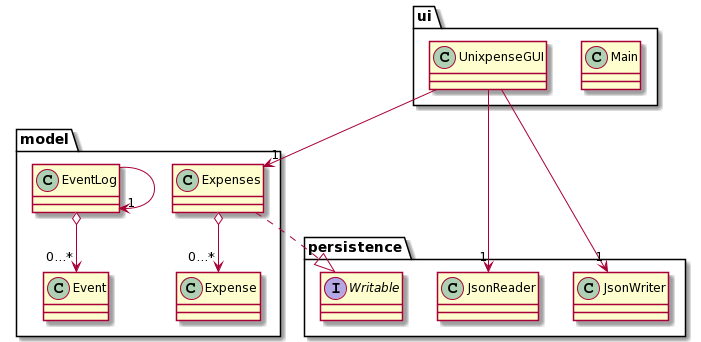
chrishadrian/unixpense keeps this PlantUML diagram as UML_Design_Diagram.png. Above is the earlier version.
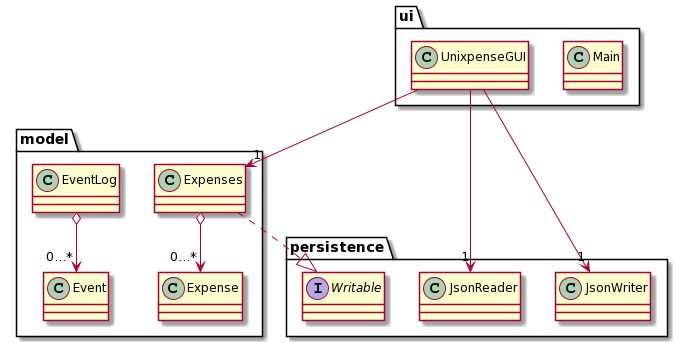
Above is the later version.

Commit message:
Phase 4: Task 4

Diff of the diagram source:
```diff
@@ -25,5 +25,4 @@
 Expenses o--> "0...*" Expense
 
 EventLog o--> "0...*" Event
-EventLog --> "1" EventLog
 @enduml
```
